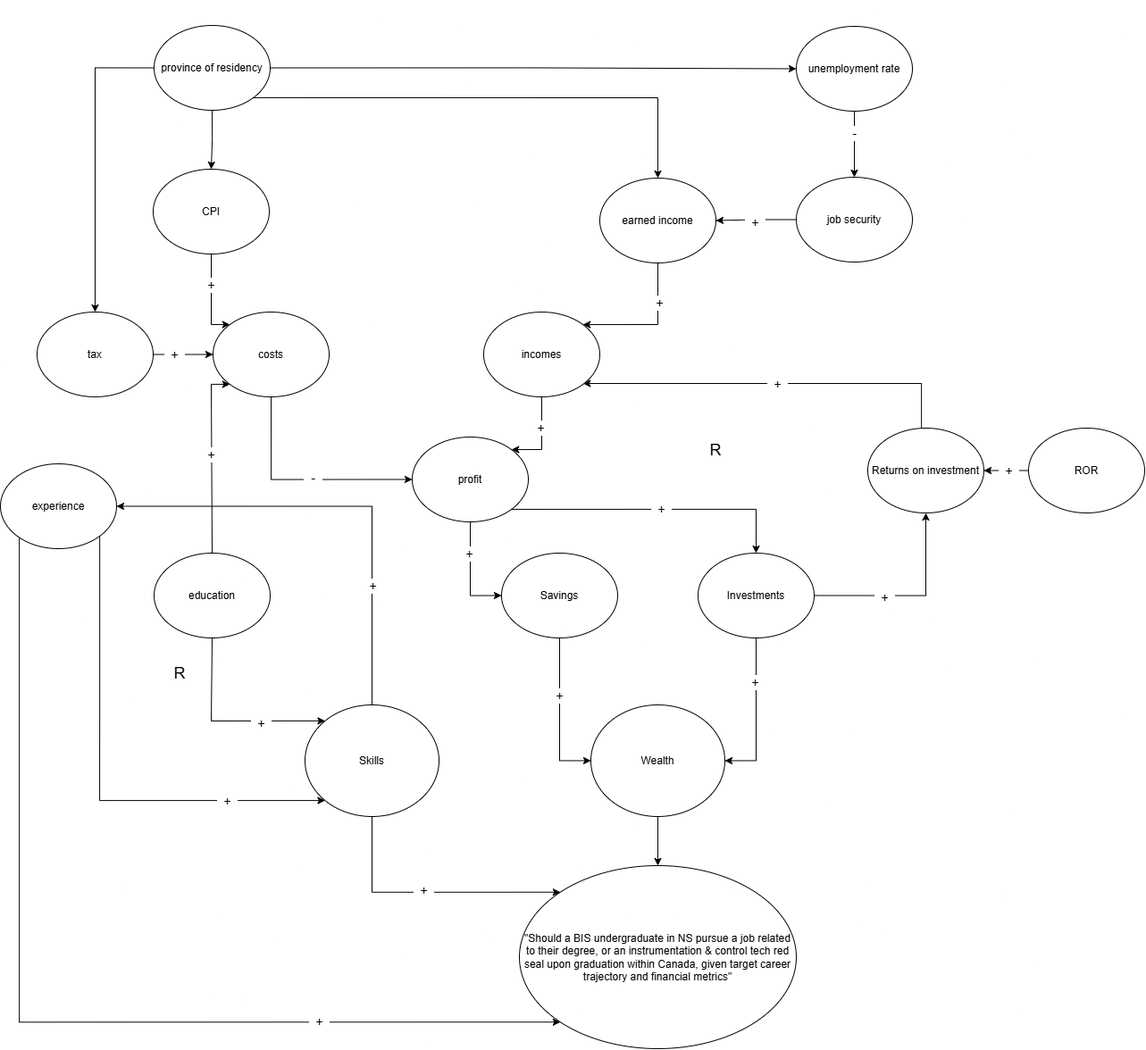
Above: img/causal_loop_2.drawio.png in DylanFClark/Career-trajectory-NPV-calculator (draw.io), before the change. Source tidied: cells renumbered, new cells last; positions are measured from the earlier drawing's top-left corner, leaving out a move shared by most shapes.
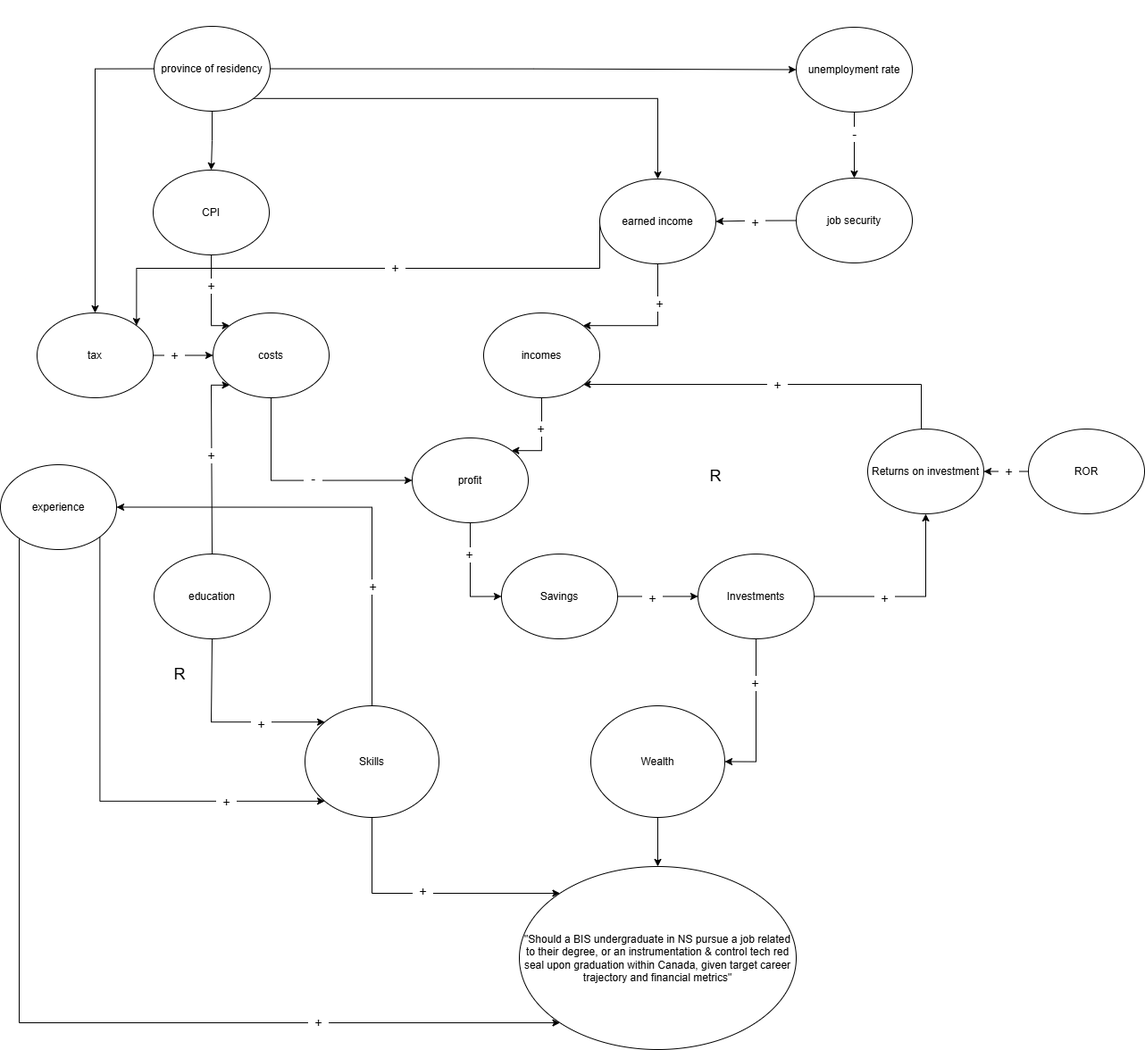
After the commit.

The edit, as a diff of the source:
```diff
@@ -24,16 +24,9 @@
     <mxCell id="7" value="&lt;div&gt;Skills&lt;/div&gt;" style="ellipse;whiteSpace=wrap;html=1;" parent="1" vertex="1">
       <mxGeometry x="341" y="790" width="150" height="125" as="geometry" />
     </mxCell>
-    <mxCell id="8" style="edgeStyle=orthogonalEdgeStyle;rounded=0;jettySize=auto;html=1;exitX=0.5;exitY=1;exitDx=0;exitDy=0;entryX=0;entryY=0.5;entryDx=0;entryDy=0;" parent="1" edge="1" source="10" target="4">
-      <mxGeometry relative="1" as="geometry" />
-    </mxCell>
-    <mxCell id="9" style="edgeStyle=orthogonalEdgeStyle;rounded=0;jettySize=auto;html=1;exitX=1;exitY=1;exitDx=0;exitDy=0;entryX=0.5;entryY=0;entryDx=0;entryDy=0;" parent="1" edge="1" source="14" target="13">
-      <mxGeometry relative="1" as="geometry">
-        <Array as="points">
-          <mxPoint x="846" y="571" />
-        </Array>
-      </mxGeometry>
-    </mxCell>
+    <mxCell id="67" style="edgeStyle=orthogonalEdgeStyle;rounded=0;jettySize=auto;html=1;exitX=1;exitY=0.5;exitDx=0;exitDy=0;entryX=0;entryY=0.5;entryDx=0;entryDy=0;" parent="1" edge="1" source="10" target="13">
+      <mxGeometry relative="1" as="geometry" />
+    </mxCell>
     <mxCell id="10" value="Savings" style="ellipse;whiteSpace=wrap;html=1;" parent="1" vertex="1">
       <mxGeometry x="561" y="620" width="130" height="95" as="geometry" />
     </mxCell>
@@ -100,21 +93,21 @@
         </Array>
       </mxGeometry>
     </mxCell>
-    <mxCell id="26" value="&lt;font style=&quot;font-size: 14px;&quot;&gt;&amp;nbsp; +&amp;nbsp;&amp;nbsp;&lt;/font&gt;" style="edgeLabel;html=1;align=center;verticalAlign=middle;" parent="25" vertex="1">
-      <mxGeometry x="0.54" y="-1" relative="1" as="geometry">
-        <mxPoint x="-5" y="-2" as="offset" />
-      </mxGeometry>
-    </mxCell>
-    <mxCell id="27" value="&lt;font style=&quot;font-size: 14px;&quot;&gt;&amp;nbsp; +&amp;nbsp;&amp;nbsp;&lt;/font&gt;" style="edgeLabel;html=1;align=center;verticalAlign=middle;" parent="25" vertex="1">
-      <mxGeometry x="0.54" y="-1" relative="1" as="geometry">
-        <mxPoint x="112" y="-149" as="offset" />
-      </mxGeometry>
-    </mxCell>
-    <mxCell id="28" value="&lt;font style=&quot;font-size: 14px;&quot;&gt;&amp;nbsp; +&amp;nbsp;&amp;nbsp;&lt;/font&gt;" style="edgeLabel;html=1;align=center;verticalAlign=middle;" parent="25" vertex="1">
-      <mxGeometry x="0.54" y="-1" relative="1" as="geometry">
-        <mxPoint x="-108" y="-249" as="offset" />
-      </mxGeometry>
-    </mxCell>
+    <mxCell id="68" value="&lt;font style=&quot;font-size: 14px;&quot;&gt;&amp;nbsp; +&amp;nbsp;&amp;nbsp;&lt;/font&gt;" style="edgeLabel;html=1;align=center;verticalAlign=middle;" parent="25" vertex="1">
+      <mxGeometry x="0.54" y="-1" relative="1" as="geometry">
+        <mxPoint x="-5" y="-2" as="offset" />
+      </mxGeometry>
+    </mxCell>
+    <mxCell id="69" value="&lt;font style=&quot;font-size: 14px;&quot;&gt;&amp;nbsp; +&amp;nbsp;&amp;nbsp;&lt;/font&gt;" style="edgeLabel;html=1;align=center;verticalAlign=middle;" parent="25" vertex="1">
+      <mxGeometry x="0.54" y="-1" relative="1" as="geometry">
+        <mxPoint x="112" y="-149" as="offset" />
+      </mxGeometry>
+    </mxCell>
+    <mxCell id="70" value="&lt;font style=&quot;font-size: 14px;&quot;&gt;&amp;nbsp; +&amp;nbsp;&amp;nbsp;&lt;/font&gt;" style="edgeLabel;html=1;align=center;verticalAlign=middle;" parent="25" vertex="1">
+      <mxGeometry x="0.54" y="-1" relative="1" as="geometry">
+        <mxPoint x="-108" y="-249" as="offset" />
+      </mxGeometry>
+    </mxCell>
     <mxCell id="29" value="experience" style="ellipse;whiteSpace=wrap;html=1;" parent="1" vertex="1">
       <mxGeometry y="520" width="130" height="95" as="geometry" />
     </mxCell>
@@ -152,6 +145,14 @@
         </Array>
       </mxGeometry>
     </mxCell>
+    <mxCell id="71" style="edgeStyle=orthogonalEdgeStyle;rounded=0;jettySize=auto;html=1;exitX=0;exitY=0.5;exitDx=0;exitDy=0;entryX=1;entryY=0;entryDx=0;entryDy=0;" parent="1" edge="1" source="36" target="48">
+      <mxGeometry relative="1" as="geometry">
+        <Array as="points">
+          <mxPoint x="671" y="300" />
+          <mxPoint x="152" y="300" />
+        </Array>
+      </mxGeometry>
+    </mxCell>
     <mxCell id="36" value="earned income" style="ellipse;whiteSpace=wrap;html=1;" parent="1" vertex="1">
       <mxGeometry x="671" y="200" width="130" height="95" as="geometry" />
     </mxCell>
@@ -183,7 +184,7 @@
       <mxGeometry x="172" y="29" width="130" height="95" as="geometry" />
     </mxCell>
     <mxCell id="46" value="&lt;font style=&quot;font-size: 18px;&quot;&gt;R&lt;/font&gt;" style="text;html=1;whiteSpace=wrap;strokeColor=none;fillColor=none;align=center;verticalAlign=middle;rounded=0;" parent="1" vertex="1">
-      <mxGeometry x="771" y="490" width="60" height="30" as="geometry" />
+      <mxGeometry x="771" y="518" width="60" height="30" as="geometry" />
     </mxCell>
     <mxCell id="47" style="edgeStyle=orthogonalEdgeStyle;rounded=0;jettySize=auto;html=1;exitX=1;exitY=0.5;exitDx=0;exitDy=0;" parent="1" edge="1" source="48" target="21">
       <mxGeometry relative="1" as="geometry" />
@@ -203,16 +204,11 @@
     <mxCell id="52" value="&lt;font style=&quot;font-size: 14px;&quot;&gt;&amp;nbsp; +&amp;nbsp;&amp;nbsp;&lt;/font&gt;" style="edgeLabel;html=1;align=center;verticalAlign=middle;" parent="1" vertex="1">
       <mxGeometry x="416" y="656" as="geometry" />
     </mxCell>
-    <mxCell id="53" value="&lt;font style=&quot;font-size: 14px;&quot;&gt;&amp;nbsp; +&amp;nbsp;&amp;nbsp;&lt;/font&gt;" style="edgeLabel;html=1;align=center;verticalAlign=middle;" parent="1" vertex="1">
-      <mxGeometry x="537" y="630" as="geometry">
-        <mxPoint x="88" y="149" as="offset" />
-      </mxGeometry>
-    </mxCell>
-    <mxCell id="54" value="&lt;font style=&quot;font-size: 14px;&quot;&gt;&amp;nbsp; +&amp;nbsp;&amp;nbsp;&lt;/font&gt;" style="edgeLabel;html=1;align=center;verticalAlign=middle;" parent="1" vertex="1">
-      <mxGeometry x="651" y="421" as="geometry">
-        <mxPoint x="88" y="149" as="offset" />
-      </mxGeometry>
-    </mxCell>
+    <mxCell id="72" value="&lt;font style=&quot;font-size: 14px;&quot;&gt;&amp;nbsp; +&amp;nbsp;&amp;nbsp;&lt;/font&gt;" style="edgeLabel;html=1;align=center;verticalAlign=middle;" parent="1" vertex="1">
+      <mxGeometry x="641" y="520" as="geometry">
+        <mxPoint x="88" y="149" as="offset" />
+      </mxGeometry>
+    </mxCell>
     <mxCell id="55" value="&lt;font style=&quot;font-size: 14px;&quot;&gt;&amp;nbsp; +&amp;nbsp;&amp;nbsp;&lt;/font&gt;" style="edgeLabel;html=1;align=center;verticalAlign=middle;" parent="1" vertex="1">
       <mxGeometry x="756" y="615" as="geometry">
         <mxPoint x="88" y="149" as="offset" />
@@ -238,11 +234,11 @@
         <mxPoint x="88" y="149" as="offset" />
       </mxGeometry>
     </mxCell>
-    <mxCell id="60" value="&lt;font style=&quot;font-size: 14px;&quot;&gt;&amp;nbsp; +&amp;nbsp;&amp;nbsp;&lt;/font&gt;" style="edgeLabel;html=1;align=center;verticalAlign=middle;" parent="1" vertex="1">
-      <mxGeometry x="756" y="100" as="geometry">
-        <mxPoint x="88" y="149" as="offset" />
-      </mxGeometry>
-    </mxCell>
+    <mxCell id="73" value="&lt;font style=&quot;font-size: 14px;&quot;&gt;&amp;nbsp; +&amp;nbsp;&amp;nbsp;&lt;/font&gt;" style="edgeLabel;html=1;align=center;verticalAlign=middle;" parent="1" vertex="1">
+      <mxGeometry x="756" y="99" as="geometry">
+        <mxPoint x="88" y="149" as="offset" />
+      </mxGeometry>
+    </mxCell>
     <mxCell id="61" value="&lt;font style=&quot;font-size: 14px;&quot;&gt;&amp;nbsp; -&amp;nbsp;&amp;nbsp;&lt;/font&gt;" style="edgeLabel;html=1;align=center;verticalAlign=middle;" parent="1" vertex="1">
       <mxGeometry x="867" as="geometry">
         <mxPoint x="88" y="149" as="offset" />
@@ -273,5 +269,10 @@
         <mxPoint x="88" y="149" as="offset" />
       </mxGeometry>
     </mxCell>
+    <mxCell id="74" value="&lt;font style=&quot;font-size: 14px;&quot;&gt;&amp;nbsp; +&amp;nbsp;&amp;nbsp;&lt;/font&gt;" style="edgeLabel;html=1;align=center;verticalAlign=middle;" parent="1" vertex="1">
+      <mxGeometry x="353" y="150" as="geometry">
+        <mxPoint x="88" y="149" as="offset" />
+      </mxGeometry>
+    </mxCell>
   </root>
 </mxGraphModel>
```
